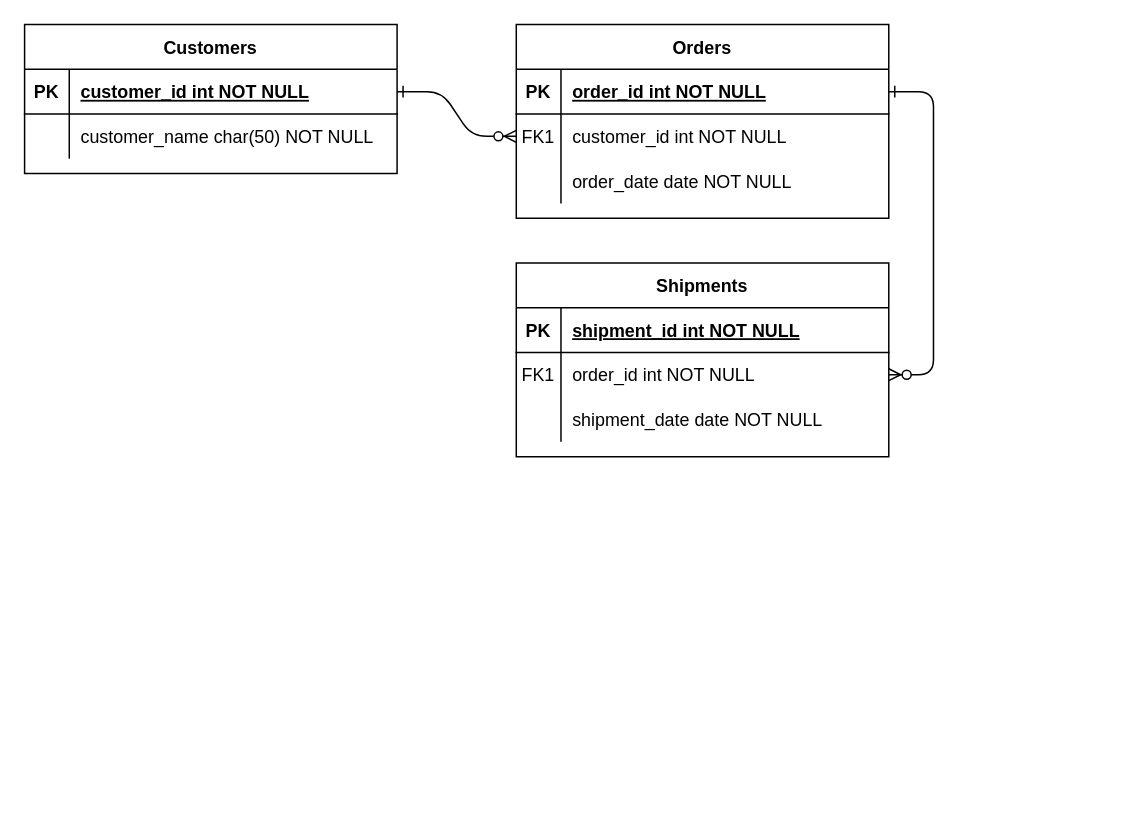
The draw.io diagram projectFiles/ERd.drawio in janaka4345/chatroom2, before the edit. Source tidied: cells renumbered, new cells numbered last; positions are measured from the earlier drawing's top-left corner, leaving out a move shared by most shapes. Both pictures are drawn from the tidied source at 149%, with x=0, y=0 at pixel (24, 24).
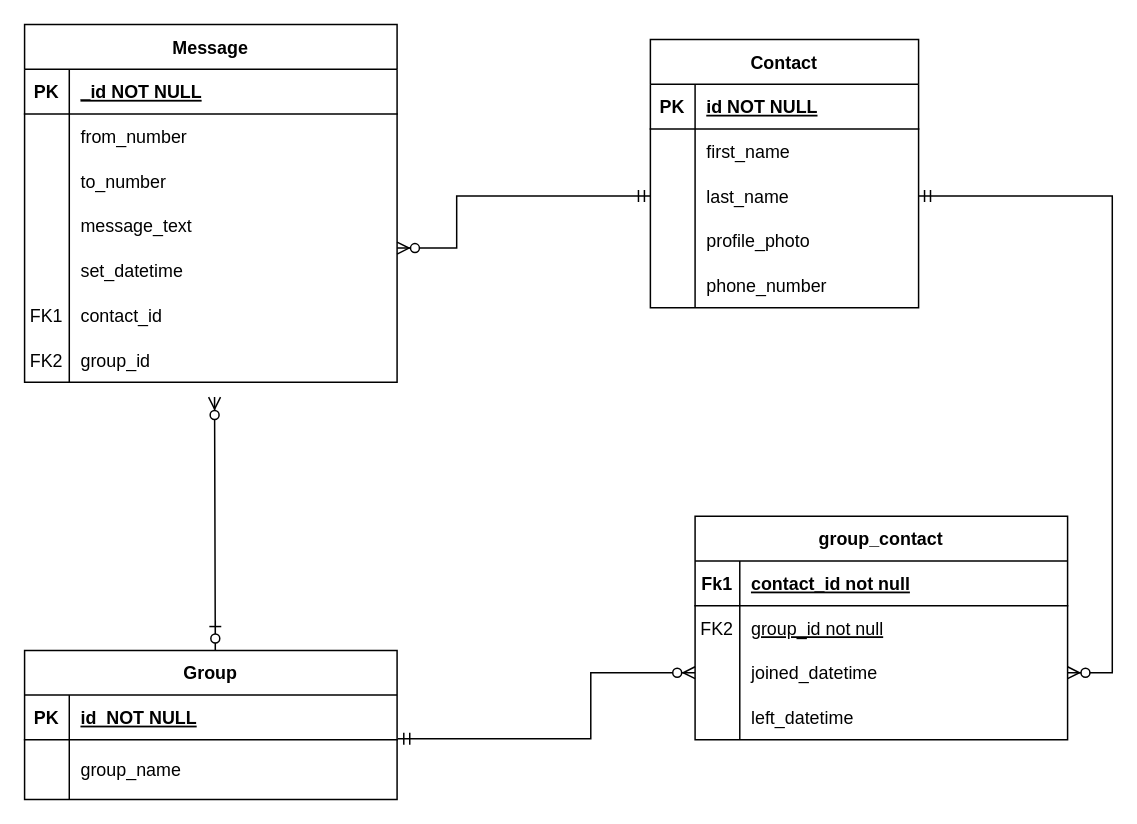
After the change.

The change refers to these unchanged cells:
```xml
<mxCell id="15" style="shape=partialRectangle;fillColor=none;top=0;left=0;right=0;bottom=1;" parent="14" vertex="1">
  <mxGeometry y="30" width="250" height="30" as="geometry" />
</mxCell>
<mxCell id="18" style="shape=partialRectangle;fillColor=none;points=[[0,0.5],[1,0.5]];portConstraint=eastwest;top=0;left=0;right=0;bottom=0;" parent="14" vertex="1">
  <mxGeometry y="60" width="250" height="30" as="geometry" />
</mxCell>
<mxCell id="21" style="shape=partialRectangle;fillColor=none;points=[[0,0.5],[1,0.5]];portConstraint=eastwest;top=0;left=0;right=0;bottom=0;" parent="14" vertex="1">
  <mxGeometry y="90" width="250" height="30" as="geometry" />
</mxCell>
<mxCell id="25" style="shape=partialRectangle;fillColor=none;points=[[0,0.5],[1,0.5]];portConstraint=eastwest;top=0;left=0;right=0;bottom=1;" parent="24" vertex="1">
  <mxGeometry y="30" width="250" height="30" as="geometry" />
</mxCell>
<mxCell id="28" style="shape=partialRectangle;fillColor=none;top=0;left=0;right=0;bottom=0;" parent="24" vertex="1">
  <mxGeometry y="60" width="250" height="30" as="geometry" />
</mxCell>
```

The edit, as a diff of the source:
```diff
@@
-    <mxCell id="2" style="edgeStyle=entityRelationEdgeStyle;endArrow=ERzeroToMany;startArrow=ERone;endFill=1;startFill=0;" parent="1" edge="1" source="25" target="8">
-      <mxGeometry relative="1" as="geometry" />
-    </mxCell>
-    <mxCell id="3" style="edgeStyle=entityRelationEdgeStyle;endArrow=ERzeroToMany;startArrow=ERone;endFill=1;startFill=0;" parent="1" edge="1" source="5" target="18">
-      <mxGeometry relative="1" as="geometry" />
-    </mxCell>
-    <mxCell id="4" value="Orders" style="shape=table;startSize=30;childLayout=tableLayout;rowLines=0;fontStyle=1;align=center;" parent="1" vertex="1">
-      <mxGeometry x="330" width="250" height="130" as="geometry" />
+    <mxCell id="4" value="Contact" style="shape=table;startSize=30;childLayout=tableLayout;rowLines=0;fontStyle=1;align=center;" parent="1" vertex="1">
+      <mxGeometry x="420" y="10" width="180" height="180" as="geometry" />
     </mxCell>
     <mxCell id="5" style="shape=partialRectangle;fillColor=none;points=[[0,0.5],[1,0.5]];portConstraint=eastwest;top=0;left=0;right=0;bottom=1;" parent="4" vertex="1">
-      <mxGeometry y="30" width="250" height="30" as="geometry" />
+      <mxGeometry y="30" width="180" height="30" as="geometry" />
     </mxCell>
@@
-    <mxCell id="7" value="order_id int NOT NULL " style="shape=partialRectangle;overflow=hidden;fillColor=none;top=0;left=0;bottom=0;right=0;align=left;spacingLeft=6;fontStyle=5;" parent="5" vertex="1">
-      <mxGeometry x="30" width="220" height="30" as="geometry" />
+    <mxCell id="7" value="id NOT NULL " style="shape=partialRectangle;overflow=hidden;fillColor=none;top=0;left=0;bottom=0;right=0;align=left;spacingLeft=6;fontStyle=5;" parent="5" vertex="1">
+      <mxGeometry x="30" width="150" height="30" as="geometry" />
     </mxCell>
     <mxCell id="8" style="shape=partialRectangle;fillColor=none;points=[[0,0.5],[1,0.5]];portConstraint=eastwest;top=0;left=0;right=0;bottom=0;" parent="4" vertex="1">
-      <mxGeometry y="60" width="250" height="30" as="geometry" />
+      <mxGeometry y="60" width="180" height="30" as="geometry" />
     </mxCell>
-    <mxCell id="9" value="FK1" style="shape=partialRectangle;overflow=hidden;fillColor=none;top=0;left=0;bottom=0;right=0;" parent="8" vertex="1">
+    <mxCell id="9" style="shape=partialRectangle;overflow=hidden;fillColor=none;top=0;left=0;bottom=0;right=0;" parent="8" vertex="1">
       <mxGeometry width="30" height="30" as="geometry" />
     </mxCell>
-    <mxCell id="10" value="customer_id int NOT NULL" style="shape=partialRectangle;overflow=hidden;fillColor=none;top=0;left=0;bottom=0;right=0;align=left;spacingLeft=6;" parent="8" vertex="1">
-      <mxGeometry x="30" width="220" height="30" as="geometry" />
+    <mxCell id="10" value="first_name" style="shape=partialRectangle;overflow=hidden;fillColor=none;top=0;left=0;bottom=0;right=0;align=left;spacingLeft=6;" parent="8" vertex="1">
+      <mxGeometry x="30" width="150" height="30" as="geometry" />
     </mxCell>
     <mxCell id="11" style="shape=partialRectangle;fillColor=none;points=[[0,0.5],[1,0.5]];portConstraint=eastwest;top=0;left=0;right=0;bottom=0;" parent="4" vertex="1">
-      <mxGeometry y="90" width="250" height="30" as="geometry" />
+      <mxGeometry y="90" width="180" height="30" as="geometry" />
     </mxCell>
@@
-    <mxCell id="13" value="order_date date NOT NULL" style="shape=partialRectangle;overflow=hidden;fillColor=none;top=0;left=0;bottom=0;right=0;align=left;spacingLeft=6;" parent="11" vertex="1">
-      <mxGeometry x="30" width="220" height="30" as="geometry" />
+    <mxCell id="13" value="last_name" style="shape=partialRectangle;overflow=hidden;fillColor=none;top=0;left=0;bottom=0;right=0;align=left;spacingLeft=6;" parent="11" vertex="1">
+      <mxGeometry x="30" width="150" height="30" as="geometry" />
     </mxCell>
+    <mxCell id="31" style="shape=partialRectangle;fillColor=none;top=0;left=0;right=0;bottom=0;" parent="4" vertex="1">
+      <mxGeometry y="120" width="180" height="30" as="geometry" />
+    </mxCell>
+    <mxCell id="32" style="shape=partialRectangle;overflow=hidden;fillColor=none;top=0;left=0;bottom=0;right=0;" parent="31" vertex="1">
+      <mxGeometry width="30" height="30" as="geometry" />
+    </mxCell>
+    <mxCell id="33" value="profile_photo" style="shape=partialRectangle;overflow=hidden;fillColor=none;top=0;left=0;bottom=0;right=0;align=left;spacingLeft=6;" parent="31" vertex="1">
+      <mxGeometry x="30" width="150" height="30" as="geometry" />
+    </mxCell>
+    <mxCell id="34" style="shape=partialRectangle;fillColor=none;top=0;left=0;right=0;bottom=0;" parent="4" vertex="1">
+      <mxGeometry y="150" width="180" height="30" as="geometry" />
+    </mxCell>
+    <mxCell id="35" style="shape=partialRectangle;overflow=hidden;fillColor=none;top=0;left=0;bottom=0;right=0;" parent="34" vertex="1">
+      <mxGeometry width="30" height="30" as="geometry" />
+    </mxCell>
+    <mxCell id="36" value="phone_number" style="shape=partialRectangle;overflow=hidden;fillColor=none;top=0;left=0;bottom=0;right=0;align=left;spacingLeft=6;" parent="34" vertex="1">
+      <mxGeometry x="30" width="150" height="30" as="geometry" />
+    </mxCell>
-    <mxCell id="14" value="Shipments" style="shape=table;startSize=30;childLayout=tableLayout;rowLines=0;fontStyle=1;align=center;" parent="1" vertex="1">
-      <mxGeometry x="330" y="160" width="250" height="130" as="geometry" />
+    <mxCell id="14" value="group_contact" style="shape=table;startSize=30;childLayout=tableLayout;rowLines=0;fontStyle=1;align=center;" parent="1" vertex="1">
+      <mxGeometry x="450" y="330" width="250" height="150" as="geometry" />
     </mxCell>
@@
-    <mxCell id="16" value="PK" style="shape=partialRectangle;overflow=hidden;fillColor=none;top=0;left=0;bottom=0;right=0;fontStyle=1;" parent="15" vertex="1">
+    <mxCell id="16" value="Fk1" style="shape=partialRectangle;overflow=hidden;fillColor=none;top=0;left=0;bottom=0;right=0;fontStyle=1;" parent="15" vertex="1">
       <mxGeometry width="30" height="30" as="geometry" />
     </mxCell>
-    <mxCell id="17" value="shipment_id int NOT NULL " style="shape=partialRectangle;overflow=hidden;fillColor=none;top=0;left=0;bottom=0;right=0;align=left;spacingLeft=6;fontStyle=5;" parent="15" vertex="1">
+    <mxCell id="17" value="contact_id not null" style="shape=partialRectangle;overflow=hidden;fillColor=none;top=0;left=0;bottom=0;right=0;align=left;spacingLeft=6;fontStyle=5;" parent="15" vertex="1">
       <mxGeometry x="30" width="220" height="30" as="geometry" />
     </mxCell>
@@
-    <mxCell id="19" value="FK1" style="shape=partialRectangle;overflow=hidden;fillColor=none;top=0;left=0;bottom=0;right=0;" parent="18" vertex="1">
+    <mxCell id="19" value="FK2" style="shape=partialRectangle;overflow=hidden;fillColor=none;top=0;left=0;bottom=0;right=0;" parent="18" vertex="1">
       <mxGeometry width="30" height="30" as="geometry" />
     </mxCell>
-    <mxCell id="20" value="order_id int NOT NULL" style="shape=partialRectangle;overflow=hidden;fillColor=none;top=0;left=0;bottom=0;right=0;align=left;spacingLeft=6;" parent="18" vertex="1">
+    <mxCell id="20" value="group_id not null" style="shape=partialRectangle;overflow=hidden;fillColor=none;top=0;left=0;bottom=0;right=0;align=left;spacingLeft=6;fontStyle=4;" parent="18" vertex="1">
       <mxGeometry x="30" width="220" height="30" as="geometry" />
     </mxCell>
@@
-    <mxCell id="23" value="shipment_date date NOT NULL" style="shape=partialRectangle;overflow=hidden;fillColor=none;top=0;left=0;bottom=0;right=0;align=left;spacingLeft=6;" parent="21" vertex="1">
+    <mxCell id="23" value="joined_datetime" style="shape=partialRectangle;overflow=hidden;fillColor=none;top=0;left=0;bottom=0;right=0;align=left;spacingLeft=6;" parent="21" vertex="1">
       <mxGeometry x="30" width="220" height="30" as="geometry" />
     </mxCell>
+    <mxCell id="37" style="shape=partialRectangle;fillColor=none;top=0;left=0;right=0;bottom=0;" parent="14" vertex="1">
+      <mxGeometry y="120" width="250" height="30" as="geometry" />
+    </mxCell>
+    <mxCell id="38" style="shape=partialRectangle;overflow=hidden;fillColor=none;top=0;left=0;bottom=0;right=0;" parent="37" vertex="1">
+      <mxGeometry width="30" height="30" as="geometry" />
+    </mxCell>
+    <mxCell id="39" value="left_datetime" style="shape=partialRectangle;overflow=hidden;fillColor=none;top=0;left=0;bottom=0;right=0;align=left;spacingLeft=6;" parent="37" vertex="1">
+      <mxGeometry x="30" width="220" height="30" as="geometry" />
+    </mxCell>
-    <mxCell id="24" value="Customers" style="shape=table;startSize=30;childLayout=tableLayout;rowLines=0;fontStyle=1;align=center;" parent="1" vertex="1">
-      <mxGeometry width="250" height="100" as="geometry" />
+    <mxCell id="24" value="Message" style="shape=table;startSize=30;childLayout=tableLayout;rowLines=0;fontStyle=1;align=center;" parent="1" vertex="1">
+      <mxGeometry width="250" height="240" as="geometry" />
     </mxCell>
@@
-    <mxCell id="27" value="customer_id int NOT NULL " style="shape=partialRectangle;overflow=hidden;fillColor=none;top=0;left=0;bottom=0;right=0;align=left;spacingLeft=6;fontStyle=5;" parent="25" vertex="1">
+    <mxCell id="27" value="_id NOT NULL " style="shape=partialRectangle;overflow=hidden;fillColor=none;top=0;left=0;bottom=0;right=0;align=left;spacingLeft=6;fontStyle=5;" parent="25" vertex="1">
       <mxGeometry x="30" width="220" height="30" as="geometry" />
     </mxCell>
@@
-    <mxCell id="30" value="customer_name char(50) NOT NULL" style="shape=partialRectangle;overflow=hidden;fillColor=none;top=0;left=0;bottom=0;right=0;align=left;spacingLeft=6;" parent="28" vertex="1">
+    <mxCell id="30" value="from_number" style="shape=partialRectangle;overflow=hidden;fillColor=none;top=0;left=0;bottom=0;right=0;align=left;spacingLeft=6;" parent="28" vertex="1">
       <mxGeometry x="30" width="220" height="30" as="geometry" />
     </mxCell>
+    <mxCell id="40" style="shape=partialRectangle;fillColor=none;top=0;left=0;right=0;bottom=0;" parent="24" vertex="1">
+      <mxGeometry y="90" width="250" height="30" as="geometry" />
+    </mxCell>
+    <mxCell id="41" style="shape=partialRectangle;overflow=hidden;fillColor=none;top=0;left=0;bottom=0;right=0;" parent="40" vertex="1">
+      <mxGeometry width="30" height="30" as="geometry" />
+    </mxCell>
+    <mxCell id="42" value="to_number" style="shape=partialRectangle;overflow=hidden;fillColor=none;top=0;left=0;bottom=0;right=0;align=left;spacingLeft=6;" parent="40" vertex="1">
+      <mxGeometry x="30" width="220" height="30" as="geometry" />
+    </mxCell>
+    <mxCell id="43" style="shape=partialRectangle;fillColor=none;top=0;left=0;right=0;bottom=0;" parent="24" vertex="1">
+      <mxGeometry y="120" width="250" height="30" as="geometry" />
+    </mxCell>
+    <mxCell id="44" style="shape=partialRectangle;overflow=hidden;fillColor=none;top=0;left=0;bottom=0;right=0;" parent="43" vertex="1">
+      <mxGeometry width="30" height="30" as="geometry" />
+    </mxCell>
+    <mxCell id="45" value="message_text" style="shape=partialRectangle;overflow=hidden;fillColor=none;top=0;left=0;bottom=0;right=0;align=left;spacingLeft=6;" parent="43" vertex="1">
+      <mxGeometry x="30" width="220" height="30" as="geometry" />
+    </mxCell>
+    <mxCell id="46" style="shape=partialRectangle;fillColor=none;top=0;left=0;right=0;bottom=0;" parent="24" vertex="1">
+      <mxGeometry y="150" width="250" height="30" as="geometry" />
+    </mxCell>
+    <mxCell id="47" style="shape=partialRectangle;overflow=hidden;fillColor=none;top=0;left=0;bottom=0;right=0;" parent="46" vertex="1">
+      <mxGeometry width="30" height="30" as="geometry" />
+    </mxCell>
+    <mxCell id="48" value="set_datetime" style="shape=partialRectangle;overflow=hidden;fillColor=none;top=0;left=0;bottom=0;right=0;align=left;spacingLeft=6;" parent="46" vertex="1">
+      <mxGeometry x="30" width="220" height="30" as="geometry" />
+    </mxCell>
+    <mxCell id="49" style="shape=partialRectangle;fillColor=none;top=0;left=0;right=0;bottom=0;" parent="24" vertex="1">
+      <mxGeometry y="180" width="250" height="30" as="geometry" />
+    </mxCell>
+    <mxCell id="50" value="FK1" style="shape=partialRectangle;overflow=hidden;fillColor=none;top=0;left=0;bottom=0;right=0;" parent="49" vertex="1">
+      <mxGeometry width="30" height="30" as="geometry" />
+    </mxCell>
+    <mxCell id="51" value="contact_id" style="shape=partialRectangle;overflow=hidden;fillColor=none;top=0;left=0;bottom=0;right=0;align=left;spacingLeft=6;" parent="49" vertex="1">
+      <mxGeometry x="30" width="220" height="30" as="geometry" />
+    </mxCell>
+    <mxCell id="52" style="shape=partialRectangle;fillColor=none;top=0;left=0;right=0;bottom=0;" parent="24" vertex="1">
+      <mxGeometry y="210" width="250" height="30" as="geometry" />
+    </mxCell>
+    <mxCell id="53" value="FK2" style="shape=partialRectangle;overflow=hidden;fillColor=none;top=0;left=0;bottom=0;right=0;" parent="52" vertex="1">
+      <mxGeometry width="30" height="30" as="geometry" />
+    </mxCell>
+    <mxCell id="54" value="group_id" style="shape=partialRectangle;overflow=hidden;fillColor=none;top=0;left=0;bottom=0;right=0;align=left;spacingLeft=6;" parent="52" vertex="1">
+      <mxGeometry x="30" width="220" height="30" as="geometry" />
+    </mxCell>
+    <mxCell id="55" value="Group" style="shape=table;startSize=30;childLayout=tableLayout;rowLines=0;fontStyle=1;align=center;" parent="1" vertex="1">
+      <mxGeometry y="420" width="250" height="100" as="geometry" />
+    </mxCell>
+    <mxCell id="56" style="shape=partialRectangle;fillColor=none;points=[[0,0.5],[1,0.5]];portConstraint=eastwest;top=0;left=0;right=0;bottom=1;" parent="55" vertex="1">
+      <mxGeometry y="30" width="250" height="30" as="geometry" />
+    </mxCell>
+    <mxCell id="57" value="PK" style="shape=partialRectangle;overflow=hidden;fillColor=none;top=0;left=0;bottom=0;right=0;fontStyle=1;" parent="56" vertex="1">
+      <mxGeometry width="30" height="30" as="geometry" />
+    </mxCell>
+    <mxCell id="58" value="id  NOT NULL " style="shape=partialRectangle;overflow=hidden;fillColor=none;top=0;left=0;bottom=0;right=0;align=left;spacingLeft=6;fontStyle=5;" parent="56" vertex="1">
+      <mxGeometry x="30" width="220" height="30" as="geometry" />
+    </mxCell>
+    <mxCell id="59" style="shape=partialRectangle;fillColor=none;top=0;left=0;right=0;bottom=0;" parent="55" vertex="1">
+      <mxGeometry y="60" width="250" height="40" as="geometry" />
+    </mxCell>
+    <mxCell id="60" style="shape=partialRectangle;overflow=hidden;fillColor=none;top=0;left=0;bottom=0;right=0;" parent="59" vertex="1">
+      <mxGeometry width="30" height="40" as="geometry" />
+    </mxCell>
+    <mxCell id="61" value="group_name" style="shape=partialRectangle;overflow=hidden;fillColor=none;top=0;left=0;bottom=0;right=0;align=left;spacingLeft=6;" parent="59" vertex="1">
+      <mxGeometry x="30" width="220" height="40" as="geometry" />
+    </mxCell>
+    <mxCell id="62" style="edgeStyle=orthogonalEdgeStyle;fontSize=12;html=1;endArrow=ERzeroToMany;startArrow=ERzeroToOne;rounded=0;" parent="1" edge="1">
+      <mxGeometry relative="1" as="geometry">
+        <mxPoint x="128" y="400" as="sourcePoint" />
+        <mxPoint x="127.5" y="250" as="targetPoint" />
+        <Array as="points">
+          <mxPoint x="128" y="420" />
+          <mxPoint x="128" y="336" />
+        </Array>
+      </mxGeometry>
+    </mxCell>
+    <mxCell id="63" style="edgeStyle=orthogonalEdgeStyle;fontSize=12;html=1;endArrow=ERzeroToMany;startArrow=ERmandOne;rounded=0;exitX=0;exitY=0.5;exitDx=0;exitDy=0;" parent="1" edge="1" source="11">
+      <mxGeometry relative="1" as="geometry">
+        <mxPoint x="250" y="150" as="targetPoint" />
+        <Array as="points">
+          <mxPoint x="290" y="115" />
+          <mxPoint x="290" y="150" />
+        </Array>
+      </mxGeometry>
+    </mxCell>
+    <mxCell id="64" style="edgeStyle=orthogonalEdgeStyle;fontSize=12;html=1;endArrow=ERzeroToMany;startArrow=ERmandOne;rounded=0;exitX=1;exitY=0.5;exitDx=0;exitDy=0;entryX=1;entryY=0.5;entryDx=0;entryDy=0;" parent="1" edge="1" source="11" target="21">
+      <mxGeometry relative="1" as="geometry">
+        <Array as="points">
+          <mxPoint x="730" y="115" />
+          <mxPoint x="730" y="435" />
+        </Array>
+      </mxGeometry>
+    </mxCell>
+    <mxCell id="65" style="edgeStyle=orthogonalEdgeStyle;fontSize=12;html=1;endArrow=ERzeroToMany;startArrow=ERmandOne;rounded=0;exitX=1.002;exitY=0.978;exitDx=0;exitDy=0;entryX=0;entryY=0.5;entryDx=0;entryDy=0;exitPerimeter=0;" parent="1" edge="1" source="56" target="21">
+      <mxGeometry relative="1" as="geometry">
+        <Array as="points">
+          <mxPoint x="380" y="479" />
+          <mxPoint x="380" y="435" />
+        </Array>
+      </mxGeometry>
+    </mxCell>
```
